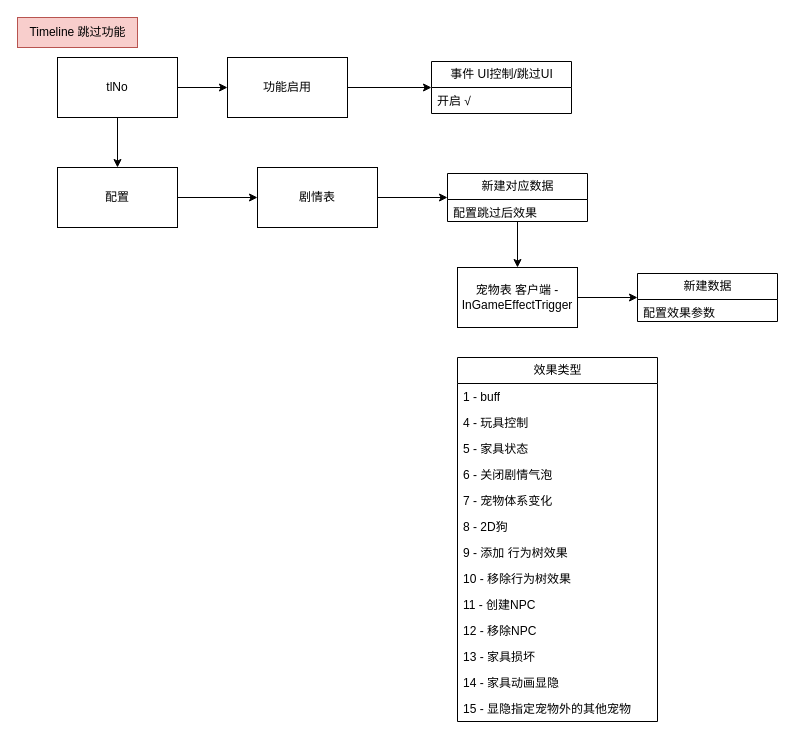
Before: page "第 2 页" (2 of 2) of test.drawio in ztianming/drawIOs, a draw.io diagram. Source tidied: cells renumbered, new cells numbered last; positions are measured from the earlier drawing's top-left corner, leaving out a move shared by most shapes. Both pictures are drawn from the tidied source at 100%, with x=0, y=0 at pixel (17, 17).
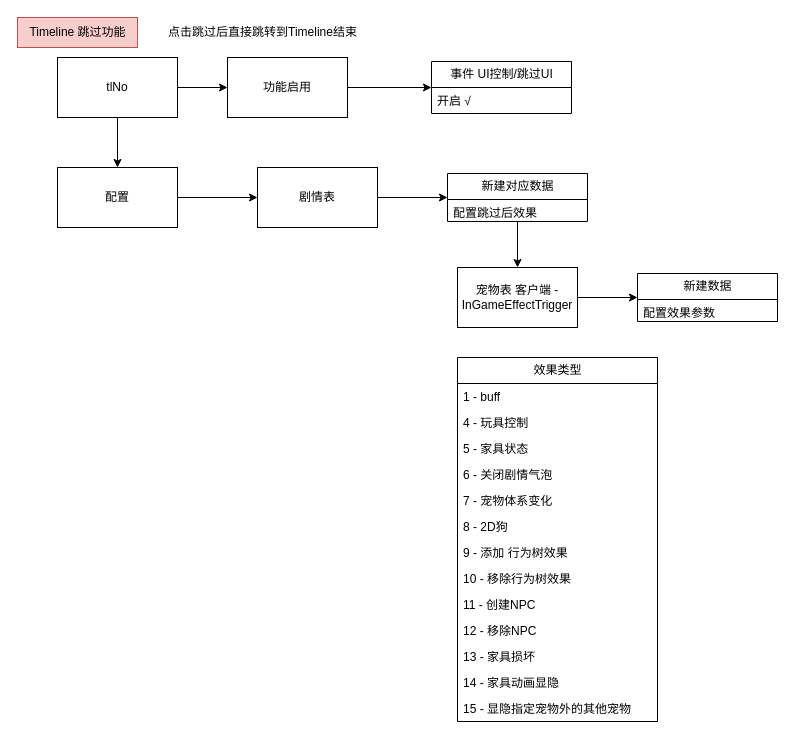
The same diagram, later.

Commit message:
Timeline 跳过功能描述.drawio

Change to the diagram source:
```diff
@@
+    <mxCell id="35" value="点击跳过后直接跳转到Timeline结束" style="text;html=1;align=center;verticalAlign=middle;strokeColor=none;fillColor=none;" parent="1" vertex="1">
+      <mxGeometry x="140" width="210" height="30" as="geometry" />
+    </mxCell>
```
